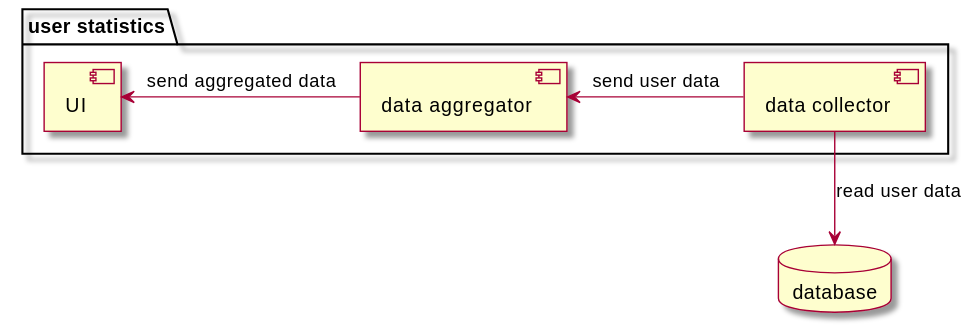
The PlantUML diagram lectures/figures/user_statistics/component_2.svg in pintergreg/software-engineering, before a commit.
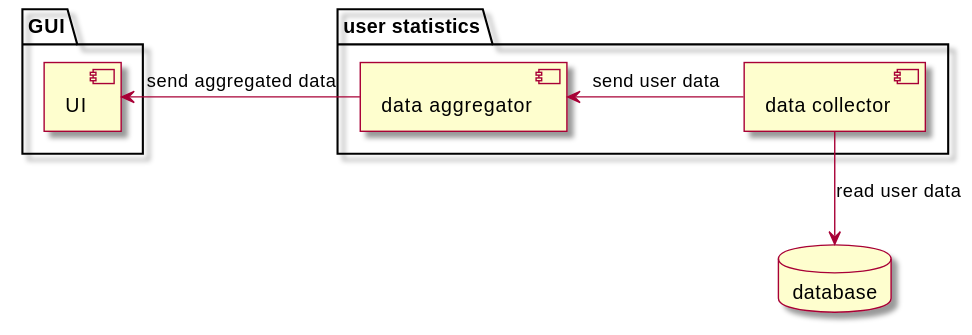
The same file after the commit.

Commit message:
Split to two packages #20

The edit, as a diff of the source:
```diff
@@ -1,7 +1,9 @@
 @startuml
 skin rose
+package GUI {
+  [UI]
+}
 package "user statistics" {
-  [UI]
   [data collector]
 [data aggregator]
 }
```
